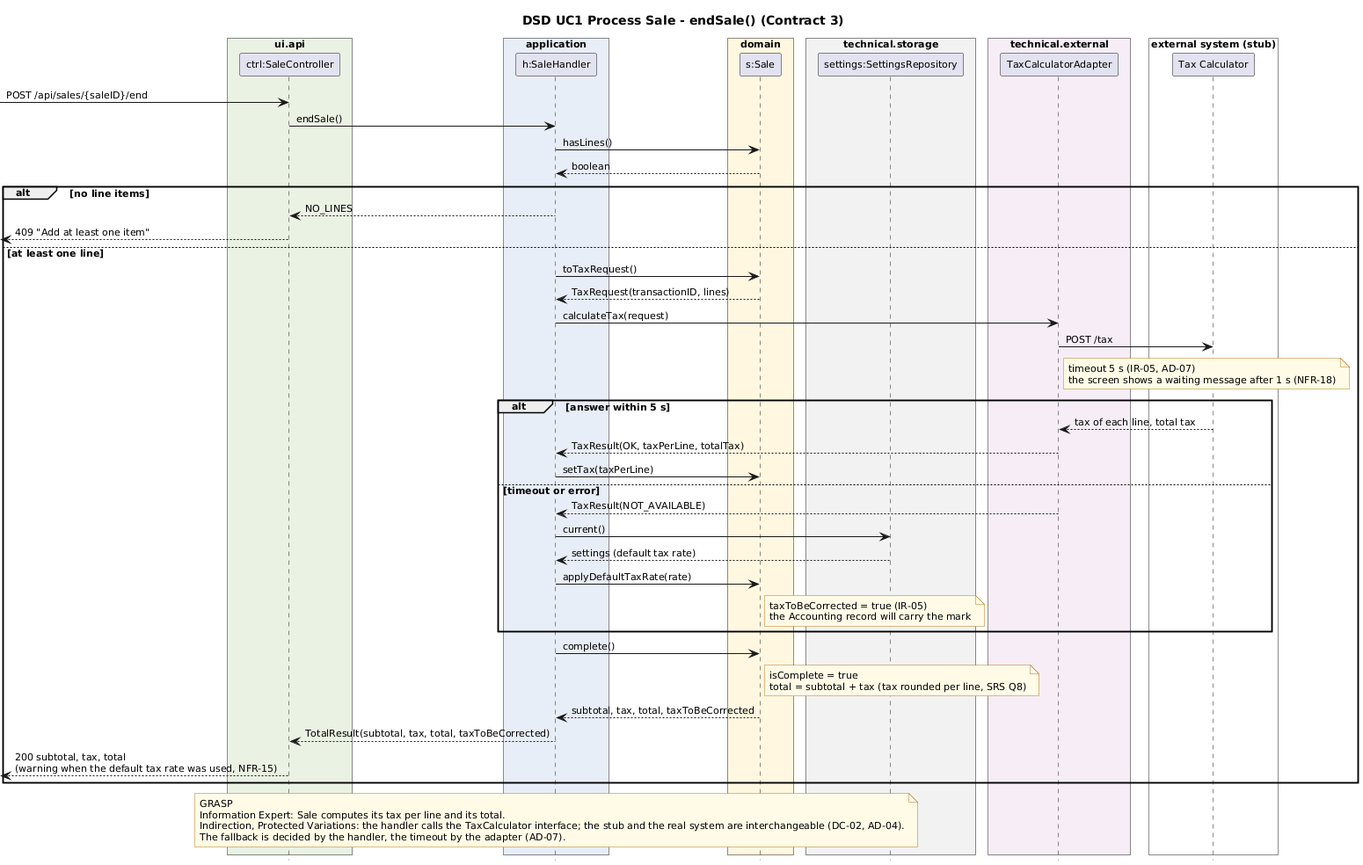
The PlantUML diagram assets/dsd_uc1_endSale.png in bhsei/26D, before a commit.
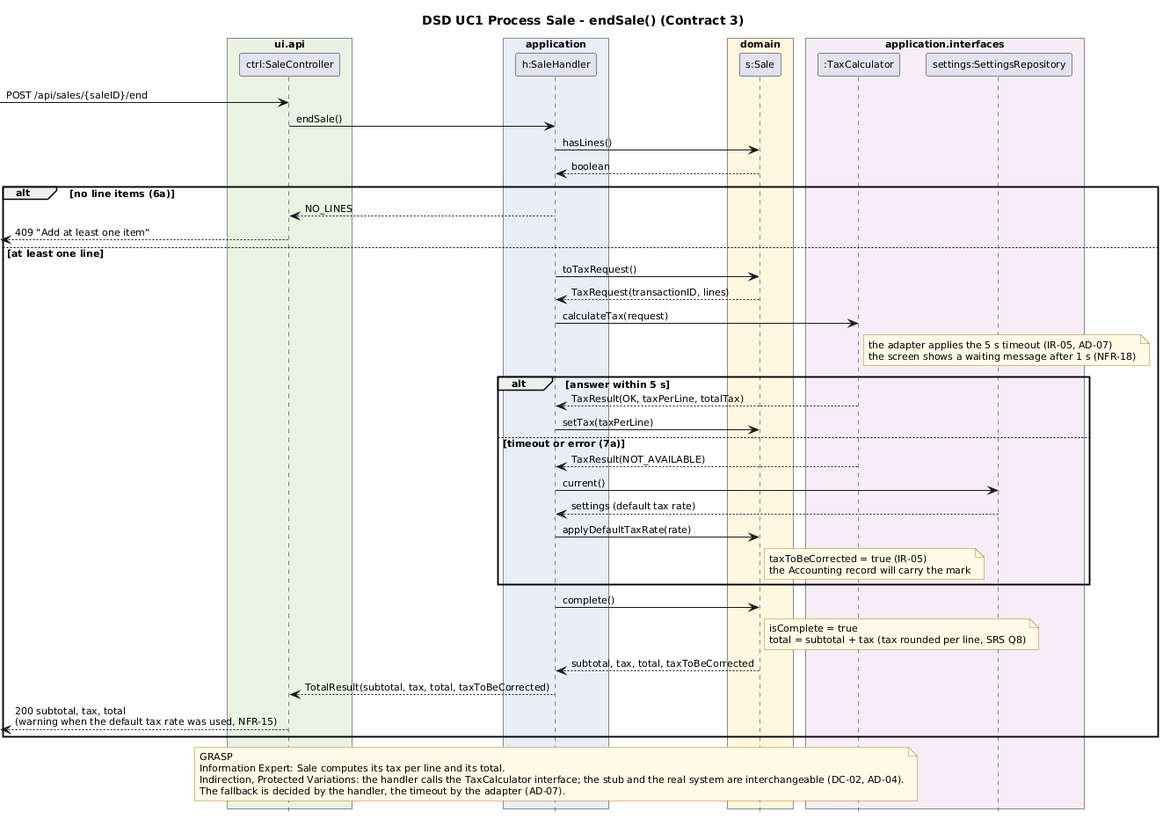
The same diagram one commit later.

Commit message:
W11 - UC1 DSD endSale (image); rendered from the PlantUML source

The edit, as a diff of the source:
```diff
@@ -18,34 +18,27 @@
 box "domain" #FFF7E0
   participant "s:Sale" as S
 end box
-box "technical.storage" #F2F2F2
+box "application.interfaces" #F6EDF7
+  participant ":TaxCalculator" as TA
   participant "settings:SettingsRepository" as SET
-end box
-box "technical.external" #F6EDF7
-  participant "TaxCalculatorAdapter" as TA
-end box
-box "external system (stub)" #FFFFFF
-  participant "Tax Calculator" as TC
 end box
 
 [-> C : POST /api/sales/{saleID}/end
 C -> H : endSale()
 H -> S : hasLines()
 S --> H : boolean
-alt no line items
+alt no line items (6a)
   H --> C : NO_LINES
   C -->[ : 409 "Add at least one item"
 else at least one line
   H -> S : toTaxRequest()
   S --> H : TaxRequest(transactionID, lines)
   H -> TA : calculateTax(request)
-  TA -> TC : POST /tax
-  note right of TA : timeout 5 s (IR-05, AD-07)\nthe screen shows a waiting message after 1 s (NFR-18)
+  note right of TA : the adapter applies the 5 s timeout (IR-05, AD-07)\nthe screen shows a waiting message after 1 s (NFR-18)
   alt answer within 5 s
-    TC --> TA : tax of each line, total tax
     TA --> H : TaxResult(OK, taxPerLine, totalTax)
     H -> S : setTax(taxPerLine)
-  else timeout or error
+  else timeout or error (7a)
     TA --> H : TaxResult(NOT_AVAILABLE)
     H -> SET : current()
     SET --> H : settings (default tax rate)
```
